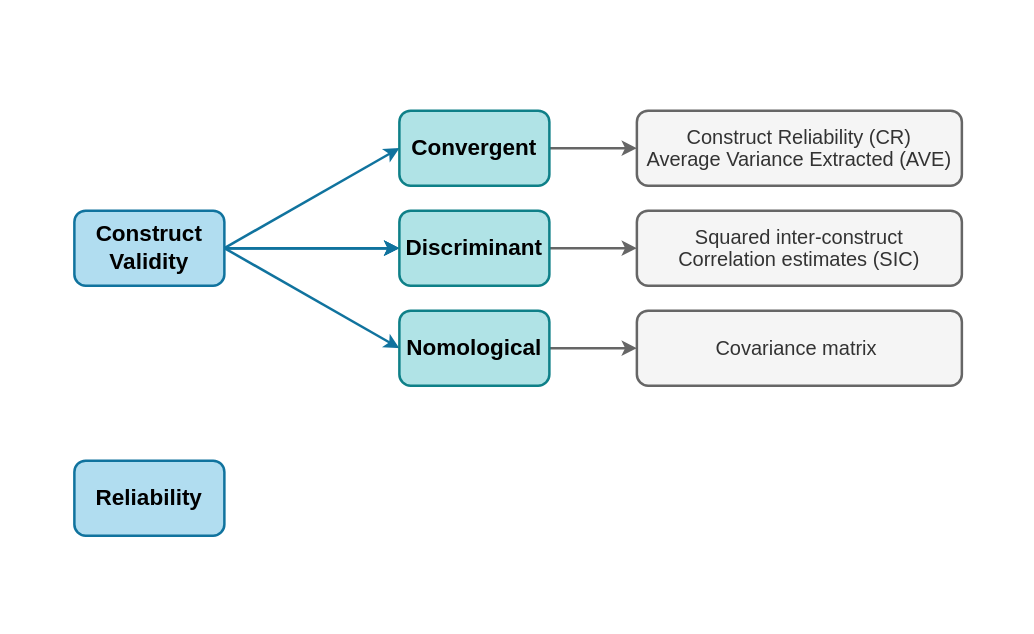
qipengchen/draw_io keeps this draw.io diagram as page "Page-1" (1 of 3) of psychometric theory.drawio. Above is the earlier version. Source tidied: cells renumbered, new cells numbered last; positions are measured from the earlier drawing's top-left corner, leaving out a move shared by most shapes. Both pictures are drawn from the tidied source at 125%, with x=0, y=0 at pixel (74, 110).
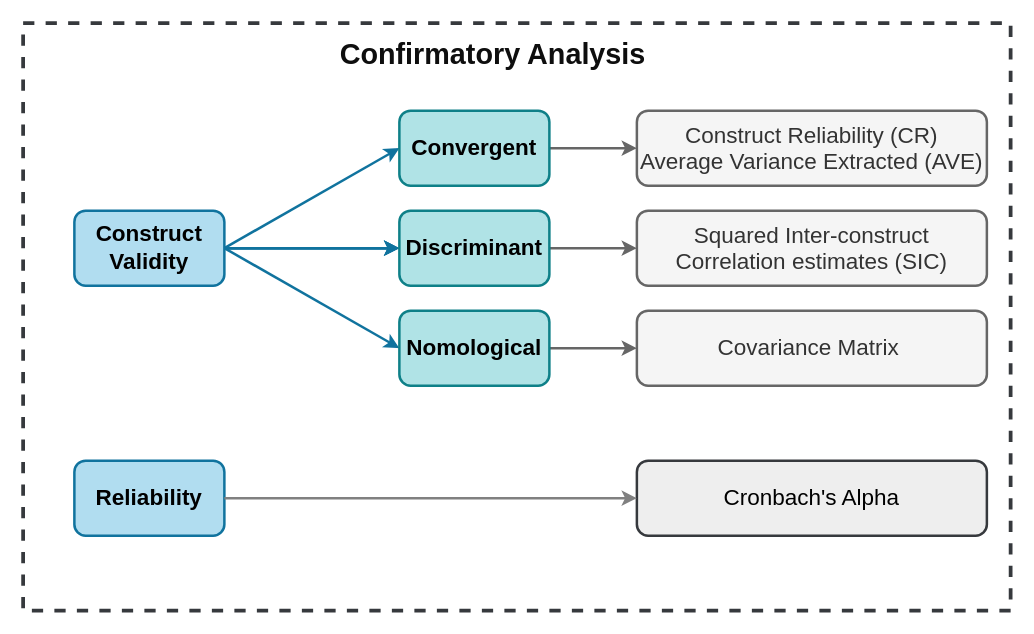
The same diagram, later.

Unchanged cells that the change refers to:
```xml
<mxCell id="7" value="Construct&lt;br style=&quot;font-size: 18px;&quot;&gt;Validity" style="rounded=1;whiteSpace=wrap;html=1;fontFamily=Helvetica;fontStyle=1;fontSize=18;fillColor=#b1ddf0;strokeColor=#10739e;strokeWidth=2;" parent="1" vertex="1">
  <mxGeometry y="80" width="120" height="60" as="geometry" />
</mxCell>
<mxCell id="13" value="&lt;p style=&quot;margin: 0px; font-variant-numeric: normal; font-variant-east-asian: normal; font-variant-alternates: normal; font-size-adjust: none; font-kerning: auto; font-optical-sizing: auto; font-feature-settings: normal; font-variation-settings: normal; font-variant-position: normal; font-stretch: normal; font-size: 18px; line-height: normal; text-align: start;&quot; class=&quot;p1&quot;&gt;&lt;span style=&quot;font-size: 18px;&quot;&gt;Nomological&lt;/span&gt;&lt;/p&gt;" style="whiteSpace=wrap;html=1;rounded=1;fontFamily=Helvetica;fontStyle=1;fontSize=18;fillColor=#b0e3e6;strokeColor=#0e8088;strokeWidth=2;" parent="1" vertex="1">
  <mxGeometry x="260" y="160" width="120" height="60" as="geometry" />
</mxCell>
<mxCell id="14" value="Reliability" style="rounded=1;whiteSpace=wrap;html=1;fontFamily=Helvetica;fontStyle=1;fontSize=18;fillColor=#b1ddf0;strokeColor=#10739e;strokeWidth=2;" parent="1" vertex="1">
  <mxGeometry y="280" width="120" height="60" as="geometry" />
</mxCell>
```

Diff of the diagram source:
```diff
@@
+    <mxCell id="18" style="rounded=0;whiteSpace=wrap;html=1;dashed=1;strokeWidth=3;fillColor=none;strokeColor=#36393d;gradientColor=none;" parent="1" vertex="1">
+      <mxGeometry x="-41" y="-70" width="790" height="470" as="geometry" />
+    </mxCell>
@@
-    <mxCell id="6" style="rounded=0;jettySize=auto;html=1;exitX=1;exitY=0.5;exitDx=0;exitDy=0;entryX=0;entryY=0.5;entryDx=0;entryDy=0;fontFamily=Helvetica;fontStyle=1;fontSize=18;fillColor=#b1ddf0;strokeColor=#10739e;strokeWidth=2;" parent="1" edge="1" source="7" target="13">
-      <mxGeometry relative="1" as="geometry" />
+    <mxCell id="6" style="rounded=0;jettySize=auto;html=1;entryX=0;entryY=0.5;entryDx=0;entryDy=0;fontFamily=Helvetica;fontStyle=1;fontSize=18;fillColor=#b1ddf0;strokeColor=#10739e;strokeWidth=2;" parent="1" edge="1" target="13">
+      <mxGeometry relative="1" as="geometry">
+        <mxPoint x="120" y="110" as="sourcePoint" />
+      </mxGeometry>
     </mxCell>
@@
-    <mxCell id="15" value="&lt;p class=&quot;p1&quot; style=&quot;margin: 0px; font-variant-numeric: normal; font-variant-east-asian: normal; font-variant-alternates: normal; font-size-adjust: none; font-kerning: auto; font-optical-sizing: auto; font-feature-settings: normal; font-variation-settings: normal; font-variant-position: normal; font-stretch: normal; font-size: 16px; line-height: normal;&quot;&gt;&lt;span style=&quot;font-size: 16px;&quot;&gt;Construct Reliability (CR)&lt;br style=&quot;font-size: 16px;&quot;&gt;&lt;/span&gt;&lt;/p&gt;&lt;p class=&quot;p1&quot; style=&quot;margin: 0px; font-variant-numeric: normal; font-variant-east-asian: normal; font-variant-alternates: normal; font-size-adjust: none; font-kerning: auto; font-optical-sizing: auto; font-feature-settings: normal; font-variation-settings: normal; font-variant-position: normal; font-stretch: normal; font-size: 16px; line-height: normal;&quot;&gt;&lt;span style=&quot;font-size: 16px;&quot;&gt;Average Variance&amp;nbsp;&lt;/span&gt;&lt;span style=&quot;background-color: initial; font-size: 16px;&quot;&gt;Extracted (AVE)&lt;/span&gt;&lt;/p&gt;" style="whiteSpace=wrap;html=1;fontSize=16;fontFamily=Helvetica;fillColor=#f5f5f5;strokeColor=#666666;rounded=1;fontStyle=0;strokeWidth=2;align=center;fontColor=#333333;" parent="1" vertex="1">
-      <mxGeometry x="450" width="260" height="60" as="geometry" />
+    <mxCell id="15" value="&lt;p class=&quot;p1&quot; style=&quot;margin: 0px; font-variant-numeric: normal; font-variant-east-asian: normal; font-variant-alternates: normal; font-size-adjust: none; font-kerning: auto; font-optical-sizing: auto; font-feature-settings: normal; font-variation-settings: normal; font-variant-position: normal; font-stretch: normal; font-size: 18px; line-height: normal;&quot;&gt;&lt;span style=&quot;font-size: 18px;&quot;&gt;Construct Reliability (CR)&lt;br style=&quot;font-size: 18px;&quot;&gt;&lt;/span&gt;&lt;/p&gt;&lt;p class=&quot;p1&quot; style=&quot;margin: 0px; font-variant-numeric: normal; font-variant-east-asian: normal; font-variant-alternates: normal; font-size-adjust: none; font-kerning: auto; font-optical-sizing: auto; font-feature-settings: normal; font-variation-settings: normal; font-variant-position: normal; font-stretch: normal; font-size: 18px; line-height: normal;&quot;&gt;&lt;span style=&quot;font-size: 18px;&quot;&gt;Average Variance&amp;nbsp;&lt;/span&gt;&lt;span style=&quot;background-color: initial; font-size: 18px;&quot;&gt;Extracted (AVE)&lt;/span&gt;&lt;/p&gt;" style="whiteSpace=wrap;html=1;fontSize=18;fontFamily=Helvetica;fillColor=#f5f5f5;strokeColor=#666666;rounded=1;fontStyle=0;strokeWidth=2;align=center;fontColor=#333333;" parent="1" vertex="1">
+      <mxGeometry x="450" width="280" height="60" as="geometry" />
     </mxCell>
-    <mxCell id="16" value="&lt;p style=&quot;margin: 0px; font-variant-numeric: normal; font-variant-east-asian: normal; font-variant-alternates: normal; font-size-adjust: none; font-kerning: auto; font-optical-sizing: auto; font-feature-settings: normal; font-variation-settings: normal; font-variant-position: normal; font-weight: 400; font-stretch: normal; font-size: 16px; line-height: normal;&quot; class=&quot;p1&quot;&gt;&lt;span style=&quot;font-size: 16px;&quot;&gt;Squared inter-construct Correlation&amp;nbsp;&lt;/span&gt;&lt;span style=&quot;background-color: initial; font-size: 16px;&quot;&gt;estimates (SIC)&lt;/span&gt;&lt;/p&gt;" style="whiteSpace=wrap;html=1;fontSize=16;fontFamily=Helvetica;fillColor=#f5f5f5;strokeColor=#666666;rounded=1;fontStyle=1;strokeWidth=2;align=center;fontColor=#333333;" parent="1" vertex="1">
-      <mxGeometry x="450" y="80" width="260" height="60" as="geometry" />
+    <mxCell id="16" value="&lt;p style=&quot;margin: 0px; font-variant-numeric: normal; font-variant-east-asian: normal; font-variant-alternates: normal; font-size-adjust: none; font-kerning: auto; font-optical-sizing: auto; font-feature-settings: normal; font-variation-settings: normal; font-variant-position: normal; font-weight: 400; font-stretch: normal; font-size: 18px; line-height: normal;&quot; class=&quot;p1&quot;&gt;&lt;span style=&quot;font-size: 18px;&quot;&gt;Squared Inter-construct Correlation&amp;nbsp;&lt;/span&gt;&lt;span style=&quot;background-color: initial; font-size: 18px;&quot;&gt;estimates (SIC)&lt;/span&gt;&lt;/p&gt;" style="whiteSpace=wrap;html=1;fontSize=18;fontFamily=Helvetica;fillColor=#f5f5f5;strokeColor=#666666;rounded=1;fontStyle=1;strokeWidth=2;align=center;fontColor=#333333;" parent="1" vertex="1">
+      <mxGeometry x="450" y="80" width="280" height="60" as="geometry" />
     </mxCell>
-    <mxCell id="17" value="&lt;p style=&quot;margin: 0px; font-variant-numeric: normal; font-variant-east-asian: normal; font-variant-alternates: normal; font-size-adjust: none; font-kerning: auto; font-optical-sizing: auto; font-feature-settings: normal; font-variation-settings: normal; font-variant-position: normal; font-weight: 400; font-stretch: normal; font-size: 16px; line-height: normal;&quot; class=&quot;p1&quot;&gt;&lt;span style=&quot;font-size: 16px;&quot;&gt;Covariance matrix&amp;nbsp;&lt;/span&gt;&lt;/p&gt;" style="whiteSpace=wrap;html=1;fontSize=16;fontFamily=Helvetica;fillColor=#f5f5f5;strokeColor=#666666;rounded=1;fontStyle=1;strokeWidth=2;align=center;fontColor=#333333;" parent="1" vertex="1">
-      <mxGeometry x="450" y="160" width="260" height="60" as="geometry" />
+    <mxCell id="17" value="&lt;p style=&quot;margin: 0px; font-variant-numeric: normal; font-variant-east-asian: normal; font-variant-alternates: normal; font-size-adjust: none; font-kerning: auto; font-optical-sizing: auto; font-feature-settings: normal; font-variation-settings: normal; font-variant-position: normal; font-weight: 400; font-stretch: normal; font-size: 18px; line-height: normal;&quot; class=&quot;p1&quot;&gt;&lt;span style=&quot;font-size: 18px;&quot;&gt;Covariance Matrix&amp;nbsp;&lt;/span&gt;&lt;/p&gt;" style="whiteSpace=wrap;html=1;fontSize=18;fontFamily=Helvetica;fillColor=#f5f5f5;strokeColor=#666666;rounded=1;fontStyle=1;strokeWidth=2;align=center;fontColor=#333333;" parent="1" vertex="1">
+      <mxGeometry x="450" y="160" width="280" height="60" as="geometry" />
     </mxCell>
+    <mxCell id="19" value="&lt;p style=&quot;margin: 0px; font-variant-numeric: normal; font-variant-east-asian: normal; font-variant-alternates: normal; font-size-adjust: none; font-kerning: auto; font-optical-sizing: auto; font-feature-settings: normal; font-variation-settings: normal; font-variant-position: normal; font-weight: 400; font-stretch: normal; font-size: 23px; line-height: normal; color: rgb(14, 14, 14);&quot; class=&quot;p1&quot;&gt;&lt;b style=&quot;font-size: 23px;&quot;&gt;Confirmatory Analysis&lt;/b&gt;&lt;/p&gt;" style="text;html=1;align=center;verticalAlign=middle;whiteSpace=wrap;rounded=0;fontSize=23;fontStyle=1;strokeWidth=2;fontFamily=Helvetica;" parent="1" vertex="1">
+      <mxGeometry x="150" y="-60" width="370" height="30" as="geometry" />
+    </mxCell>
+    <mxCell id="20" value="Cronbach's Alpha" style="rounded=1;fontFamily=Helvetica;fontStyle=0;fontSize=18;fillColor=#eeeeee;strokeColor=#36393d;strokeWidth=2;whiteSpace=wrap;" parent="1" vertex="1">
+      <mxGeometry x="450" y="280" width="280" height="60" as="geometry" />
+    </mxCell>
+    <mxCell id="21" style="rounded=0;jettySize=auto;html=1;entryX=0;entryY=0.5;entryDx=0;entryDy=0;fontFamily=Helvetica;fontStyle=1;fontSize=18;fillColor=#b1ddf0;strokeColor=#808080;strokeWidth=2;exitX=1;exitY=0.5;exitDx=0;exitDy=0;" parent="1" edge="1" source="14" target="20">
+      <mxGeometry relative="1" as="geometry" />
+    </mxCell>
```
